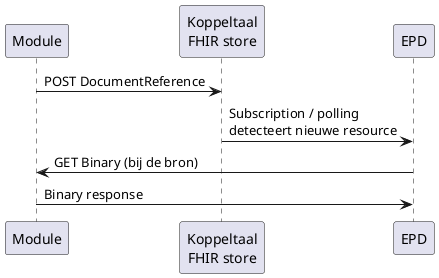
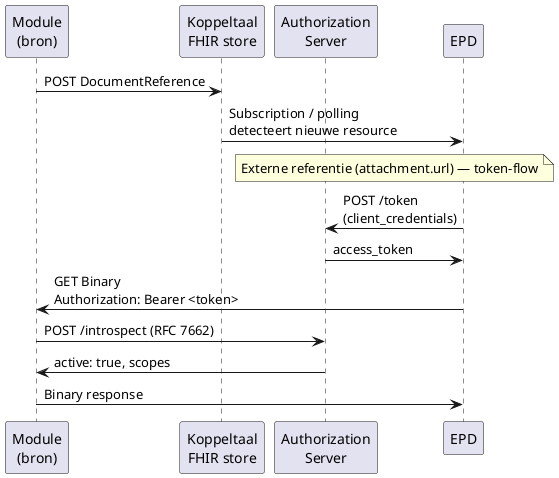
@startuml documenten-delen-direct-ophalen

- participant "Module" as Module
+ participant "Module\n(bron)" as Module
participant "Koppeltaal\nFHIR store" as KT
+ participant "Authorization\nServer" as AS
participant "EPD" as EPD

Module -> KT : POST DocumentReference
KT -> EPD : Subscription / polling\ndetecteert nieuwe resource
- EPD -> Module : GET Binary (bij de bron)
+ 
+ note over EPD, AS: Externe referentie (attachment.url) — token-flow
+ EPD -> AS : POST /token\n(client_credentials)
+ AS -> EPD : access_token
+ EPD -> Module : GET Binary\nAuthorization: Bearer <token>
+ Module -> AS : POST /introspect (RFC 7662)
+ AS -> Module : active: true, scopes
Module -> EPD : Binary response

@enduml
